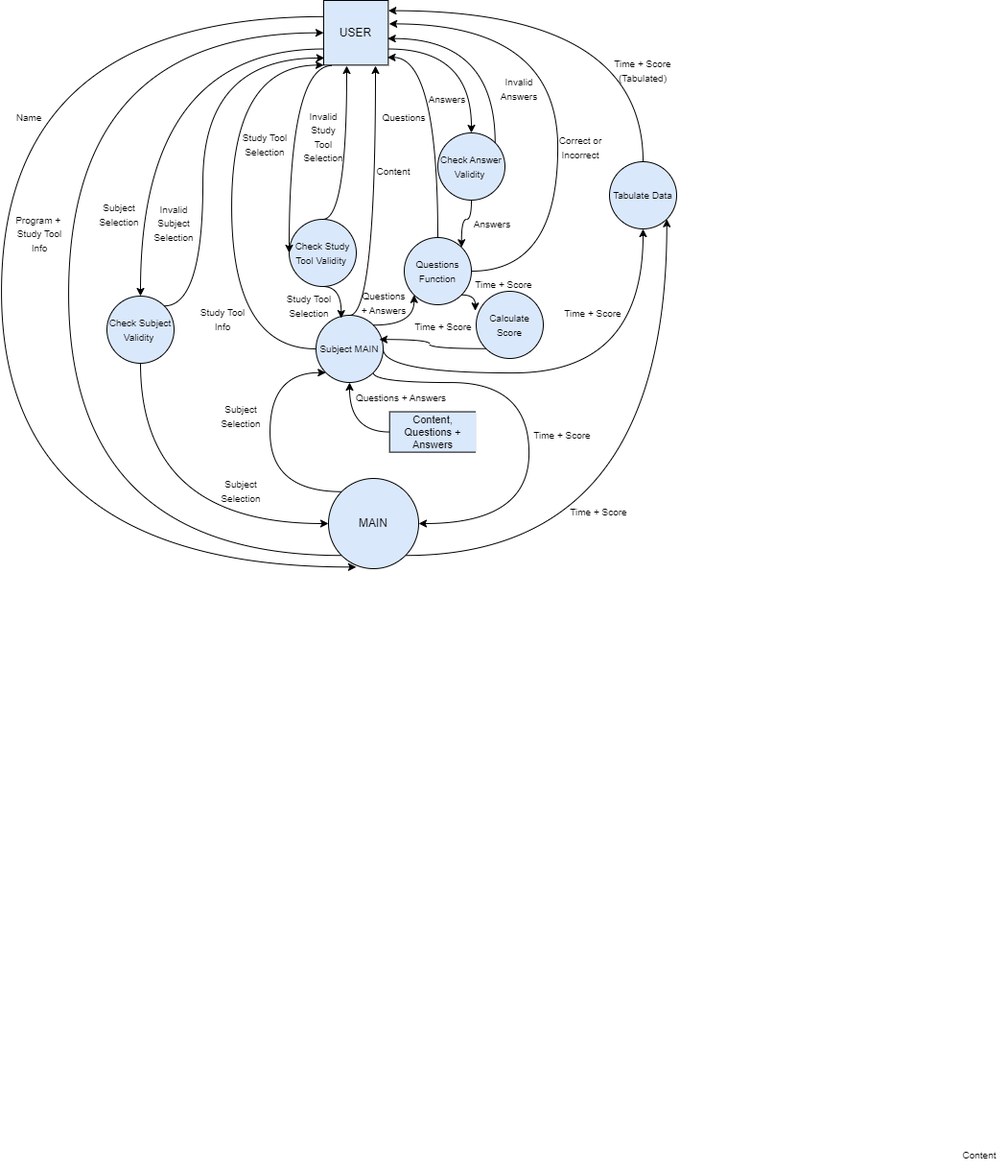
The draw.io diagram Assessment-Task-1/Data Flow Diagram.png in NettleL/AImino, before a commit. Source tidied: cells renumbered, new cells last; positions are measured from the earlier drawing's top-left corner, leaving out a move shared by most shapes.
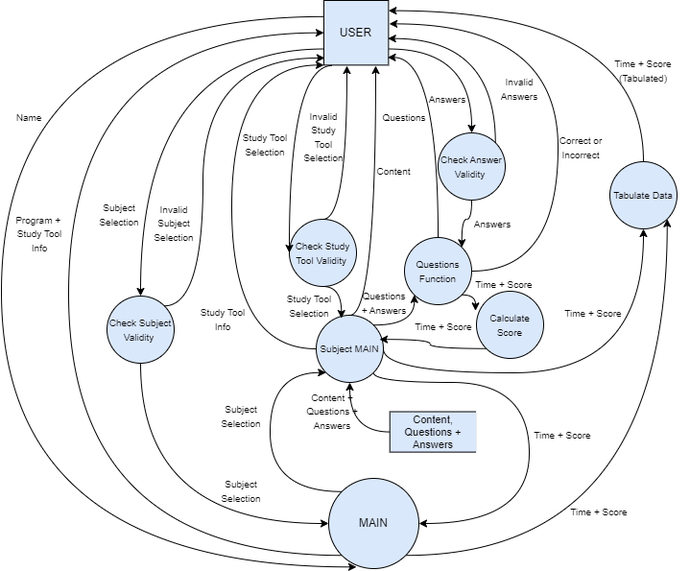
Above is the later version.

The edit, as a diff of the source:
```diff
@@ -60,9 +60,6 @@
     <mxCell id="17" style="rounded=0;whiteSpace=wrap;html=1;strokeColor=#FFFFFF;" parent="15" vertex="1">
       <mxGeometry x="90.4" width="30.1" height="63.1" as="geometry" />
     </mxCell>
-    <mxCell id="18" value="&lt;span style=&quot;font-size: 10px;&quot;&gt;Questions + Answers&lt;/span&gt;" style="text;html=1;align=center;verticalAlign=middle;whiteSpace=wrap;rounded=0;" parent="15" vertex="1">
-      <mxGeometry x="-36.7" y="-19.5" width="98" height="30" as="geometry" />
-    </mxCell>
     <mxCell id="19" style="edgeStyle=orthogonalEdgeStyle;curved=1;rounded=0;jettySize=auto;html=1;exitX=1;exitY=0;exitDx=0;exitDy=0;entryX=0.013;entryY=0.89;entryDx=0;entryDy=0;entryPerimeter=0;" parent="1" edge="1" source="13" target="4">
       <mxGeometry relative="1" as="geometry">
         <Array as="points">
@@ -152,8 +149,8 @@
     <mxCell id="36" style="edgeStyle=orthogonalEdgeStyle;curved=1;rounded=0;jettySize=auto;html=1;exitX=0;exitY=0.5;exitDx=0;exitDy=0;entryX=0.5;entryY=1;entryDx=0;entryDy=0;" parent="1" edge="1" source="16" target="24">
       <mxGeometry relative="1" as="geometry" />
     </mxCell>
-    <mxCell id="37" value="&lt;span style=&quot;font-size: 10px;&quot;&gt;Content&lt;/span&gt;" style="text;html=1;align=center;verticalAlign=middle;whiteSpace=wrap;rounded=0;" parent="1" vertex="1">
-      <mxGeometry x="991" y="1188" width="60" height="30" as="geometry" />
+    <mxCell id="37" value="&lt;span style=&quot;font-size: 10px;&quot;&gt;Content + Questions + Answers&lt;/span&gt;" style="text;html=1;align=center;verticalAlign=middle;whiteSpace=wrap;rounded=0;" parent="1" vertex="1">
+      <mxGeometry x="316" y="413.1" width="60" height="30" as="geometry" />
     </mxCell>
     <mxCell id="38" style="edgeStyle=orthogonalEdgeStyle;curved=1;rounded=0;jettySize=auto;html=1;exitX=1;exitY=0;exitDx=0;exitDy=0;entryX=0;entryY=1;entryDx=0;entryDy=0;" parent="1" edge="1" source="24" target="35">
       <mxGeometry relative="1" as="geometry" />
```
